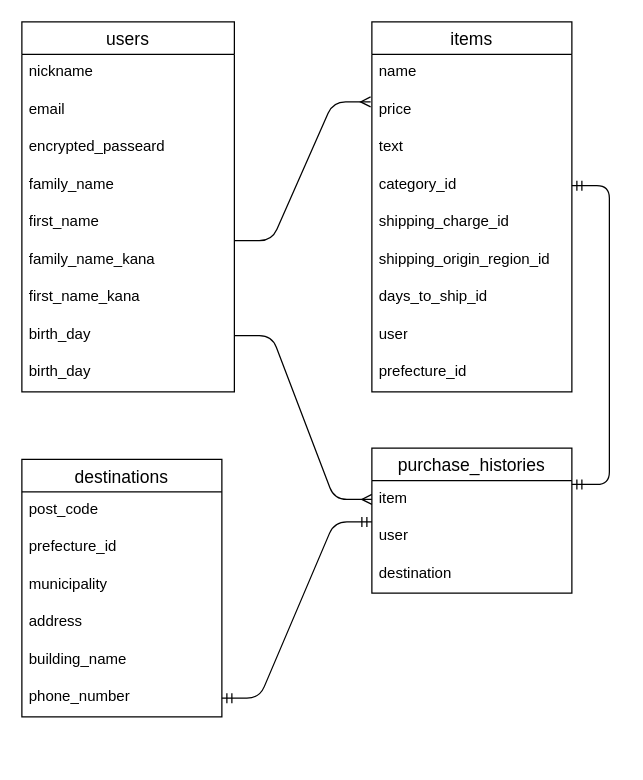
campdaisuki/furima-38520 keeps this draw.io diagram as furima.dio. Above is the earlier version. Source tidied: cells renumbered, new cells numbered last; positions are measured from the earlier drawing's top-left corner, leaving out a move shared by most shapes. Both pictures are drawn from the tidied source at 125%, with x=0, y=0 at pixel (21, 21).
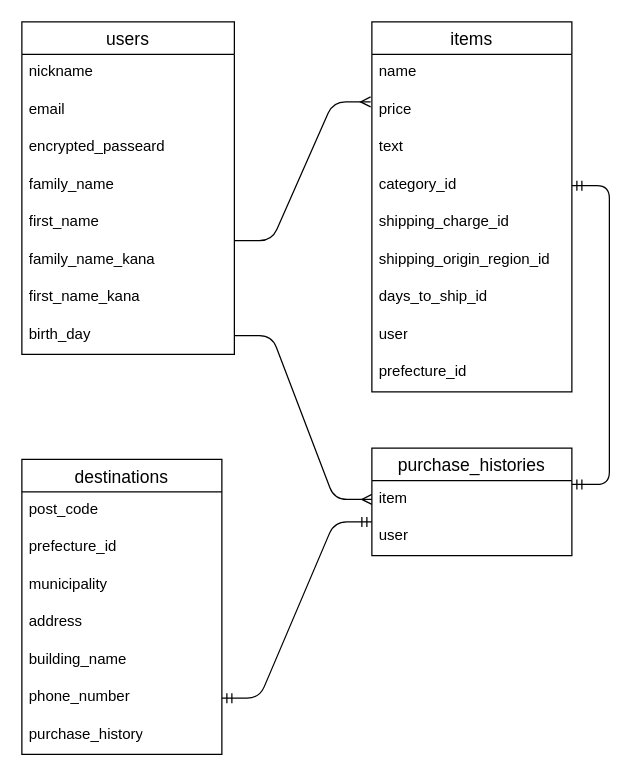
The same page after the edit.

Commit message:
README.md,ER図の作成(再提出⑤)

What changed in the source:
```diff
@@
     <mxCell id="2" value="users" style="swimlane;fontStyle=0;horizontal=1;startSize=26;align=center;fontSize=14;strokeColor=default;" parent="1" vertex="1">
-      <mxGeometry width="170" height="296" as="geometry" />
+      <mxGeometry width="170" height="266" as="geometry" />
     </mxCell>
@@
-    <mxCell id="11" value="birth_day" style="text;strokeColor=none;fillColor=none;spacingLeft=4;spacingRight=4;overflow=hidden;fontSize=12;" parent="2" vertex="1">
-      <mxGeometry y="266" width="170" height="30" as="geometry" />
-    </mxCell>
@@
     <mxCell id="22" value="destinations" style="swimlane;fontStyle=0;horizontal=1;startSize=26;align=center;fontSize=14;strokeColor=default;" parent="1" vertex="1">
-      <mxGeometry y="350" width="160" height="206" as="geometry" />
+      <mxGeometry y="350" width="160" height="236" as="geometry" />
     </mxCell>
@@
+    <mxCell id="37" value="purchase_history" style="text;strokeColor=none;fillColor=none;spacingLeft=4;spacingRight=4;overflow=hidden;fontSize=12;whiteSpace=wrap;labelBackgroundColor=none;labelBorderColor=none;" parent="22" vertex="1">
+      <mxGeometry y="206" width="160" height="30" as="geometry" />
+    </mxCell>
@@
     <mxCell id="30" value="purchase_histories" style="swimlane;fontStyle=0;horizontal=1;startSize=26;align=center;fontSize=14;" parent="1" vertex="1">
-      <mxGeometry x="280" y="341" width="160" height="116" as="geometry" />
+      <mxGeometry x="280" y="341" width="160" height="86" as="geometry" />
     </mxCell>
@@
-    <mxCell id="33" value="destination" style="text;strokeColor=none;fillColor=none;spacingLeft=4;spacingRight=4;overflow=hidden;fontSize=12;" parent="30" vertex="1">
-      <mxGeometry y="86" width="160" height="30" as="geometry" />
-    </mxCell>
```
